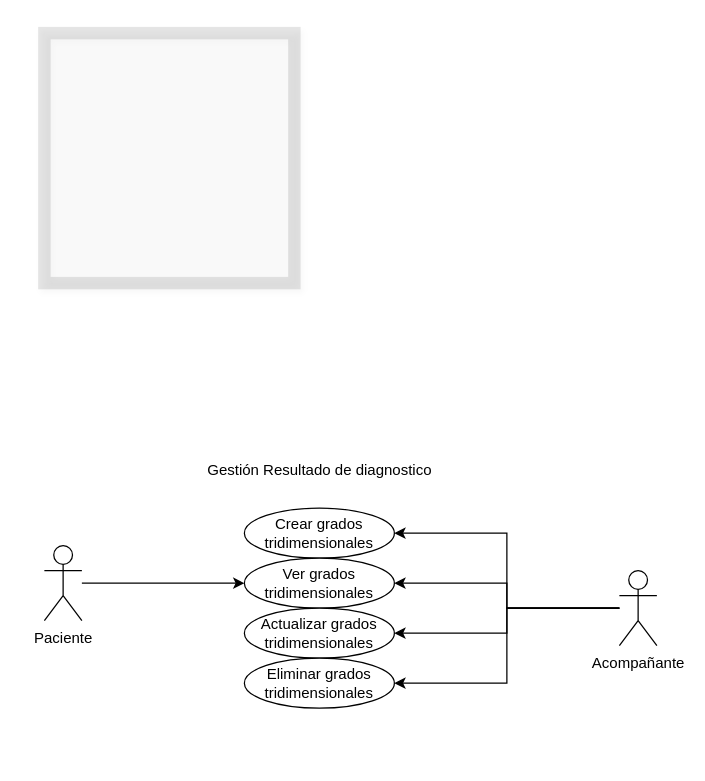
The draw.io diagram Untitled Diagram.drawio in eleanorMarquez/Goniometro, before the edit. Source tidied: cells renumbered, new cells numbered last; positions are measured from the earlier drawing's top-left corner, leaving out a move shared by most shapes. Both pictures are drawn from the tidied source at 125%, with x=0, y=0 at pixel (44, 32).
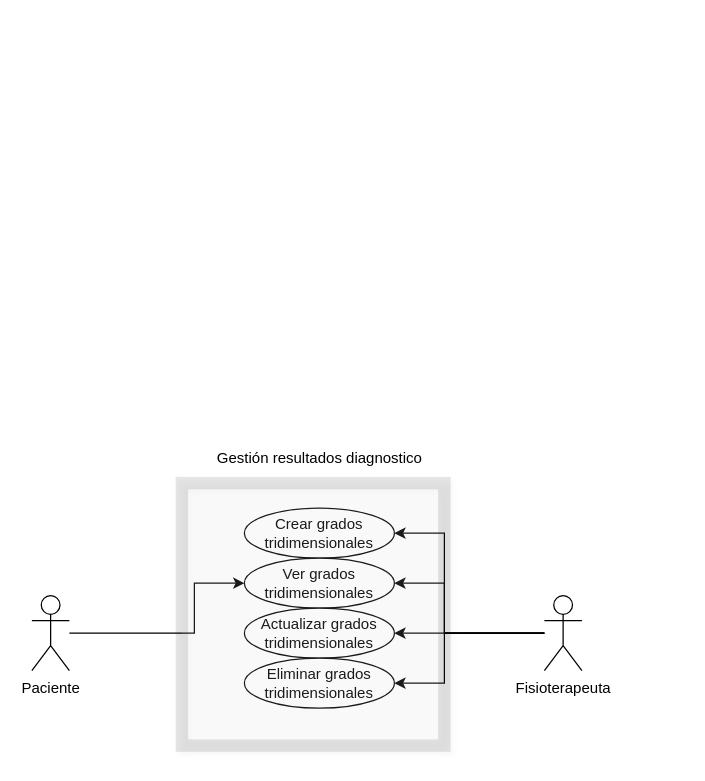
The same page after the edit.

The change refers to these unchanged cells:
```xml
<mxCell id="10" value="Crear grados tridimensionales" style="ellipse;whiteSpace=wrap;html=1;" parent="1" vertex="1">
  <mxGeometry x="160" y="380" width="120" height="40" as="geometry" />
</mxCell>
<mxCell id="11" value="Ver grados tridimensionales" style="ellipse;whiteSpace=wrap;html=1;" parent="1" vertex="1">
  <mxGeometry x="160" y="420" width="120" height="40" as="geometry" />
</mxCell>
<mxCell id="12" value="Actualizar grados tridimensionales" style="ellipse;whiteSpace=wrap;html=1;" parent="1" vertex="1">
  <mxGeometry x="160" y="460" width="120" height="40" as="geometry" />
</mxCell>
<mxCell id="13" value="Eliminar grados tridimensionales" style="ellipse;whiteSpace=wrap;html=1;" parent="1" vertex="1">
  <mxGeometry x="160" y="500" width="120" height="40" as="geometry" />
</mxCell>
```

Change to the diagram source:
```diff
@@
     <mxCell id="2" style="edgeStyle=orthogonalEdgeStyle;rounded=0;jettySize=auto;html=1;entryX=0;entryY=0.5;entryDx=0;entryDy=0;" parent="1" edge="1" source="3" target="11">
-      <mxGeometry relative="1" as="geometry" />
+      <mxGeometry relative="1" as="geometry">
+        <Array as="points">
+          <mxPoint x="120" y="480" />
+          <mxPoint x="120" y="440" />
+        </Array>
+      </mxGeometry>
     </mxCell>
     <mxCell id="3" value="Paciente" style="shape=umlActor;verticalLabelPosition=bottom;verticalAlign=top;html=1;outlineConnect=0;" parent="1" vertex="1">
-      <mxGeometry y="410" width="30" height="60" as="geometry" />
+      <mxGeometry x="-10" y="450" width="30" height="60" as="geometry" />
     </mxCell>
     <mxCell id="4" style="edgeStyle=orthogonalEdgeStyle;rounded=0;jettySize=auto;html=1;entryX=1;entryY=0.5;entryDx=0;entryDy=0;" parent="1" edge="1" source="8" target="10">
-      <mxGeometry relative="1" as="geometry" />
+      <mxGeometry relative="1" as="geometry">
+        <Array as="points">
+          <mxPoint x="320" y="480" />
+          <mxPoint x="320" y="400" />
+        </Array>
+      </mxGeometry>
     </mxCell>
     <mxCell id="5" style="edgeStyle=orthogonalEdgeStyle;rounded=0;jettySize=auto;html=1;entryX=1;entryY=0.5;entryDx=0;entryDy=0;" parent="1" edge="1" source="8" target="11">
-      <mxGeometry relative="1" as="geometry" />
+      <mxGeometry relative="1" as="geometry">
+        <Array as="points">
+          <mxPoint x="320" y="480" />
+          <mxPoint x="320" y="440" />
+        </Array>
+      </mxGeometry>
     </mxCell>
@@
     <mxCell id="7" style="edgeStyle=orthogonalEdgeStyle;rounded=0;jettySize=auto;html=1;entryX=1;entryY=0.5;entryDx=0;entryDy=0;" parent="1" edge="1" source="8" target="13">
-      <mxGeometry relative="1" as="geometry" />
+      <mxGeometry relative="1" as="geometry">
+        <Array as="points">
+          <mxPoint x="320" y="480" />
+          <mxPoint x="320" y="520" />
+        </Array>
+      </mxGeometry>
     </mxCell>
-    <mxCell id="8" value="Acompañante" style="shape=umlActor;verticalLabelPosition=bottom;verticalAlign=top;html=1;outlineConnect=0;" parent="1" vertex="1">
-      <mxGeometry x="460" y="430" width="30" height="60" as="geometry" />
+    <mxCell id="8" value="Fisioterapeuta" style="shape=umlActor;verticalLabelPosition=bottom;verticalAlign=top;html=1;outlineConnect=0;" parent="1" vertex="1">
+      <mxGeometry x="400" y="450" width="30" height="60" as="geometry" />
     </mxCell>
-    <mxCell id="9" value="&lt;div&gt;Gestión Resultado de diagnostico&lt;br&gt;&lt;/div&gt;" style="text;html=1;align=center;verticalAlign=middle;strokeColor=none;" parent="1" vertex="1">
-      <mxGeometry x="125" y="340" width="190" height="20" as="geometry" />
+    <mxCell id="9" value="&lt;div&gt;Gestión resultados diagnostico&lt;br&gt;&lt;/div&gt;" style="text;html=1;align=center;verticalAlign=middle;strokeColor=none;" parent="1" vertex="1">
+      <mxGeometry x="130" y="330" width="180" height="20" as="geometry" />
     </mxCell>
@@
+    <mxCell id="15" style="edgeStyle=orthogonalEdgeStyle;rounded=0;jettySize=auto;html=1;" parent="1" edge="1" source="12" target="13">
+      <mxGeometry relative="1" as="geometry" />
+    </mxCell>
@@
     <mxCell id="14" style="whiteSpace=wrap;html=1;shadow=1;sketch=0;strokeWidth=10;opacity=10;" parent="1" vertex="1">
-      <mxGeometry width="200" height="200" as="geometry" />
+      <mxGeometry x="110" y="360" width="210" height="210" as="geometry" />
     </mxCell>
```
